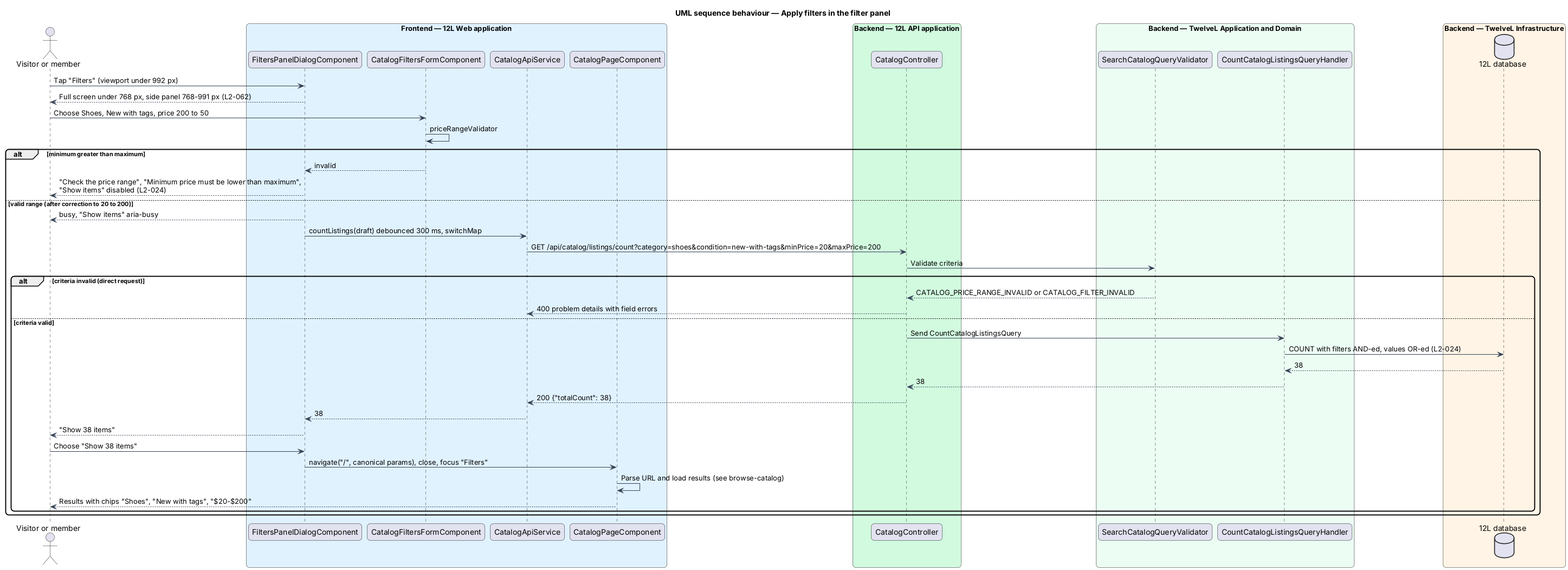
This is docs/detailed-designs/catalog/search-and-filter-catalog/diagrams/sequence-apply-filters.png from QuinntyneBrown/12l, a PlantUML export, as it was before one commit. The source it was exported from:
```plantuml
@startuml
title UML sequence behaviour — Apply filters in the filter panel
skinparam backgroundColor #FFFFFF
skinparam shadowing false
skinparam roundcorner 12
skinparam defaultFontName Arial
skinparam ArrowColor #344054
actor "Visitor or member" as actor
box "Frontend — 12L Web application" #E0F2FE
  participant "FiltersPanelDialogComponent" as panel
  participant "CatalogFiltersFormComponent" as form
  participant "CatalogApiService" as client
  participant "CatalogPageComponent" as page
end box
box "Backend — 12L API application" #D1FADF
  participant "CatalogController" as controller
end box
box "Backend — TwelveL Application and Domain" #ECFDF3
  participant "SearchCatalogQueryValidator" as val
  participant "CountCatalogListingsQueryHandler" as count
end box
box "Backend — TwelveL Infrastructure" #FFF4E5
  database "12L database" as db
end box
actor -> panel : Tap "Filters" (viewport under 992 px)
panel --> actor : Full screen under 768 px, side panel 768-991 px (L2-062)
actor -> form : Choose Shoes, New with tags, price 200 to 50
form -> form : priceRangeValidator
alt minimum greater than maximum
  form --> panel : invalid
  panel --> actor : "Check the price range", "Minimum price must be lower than maximum",\n"Show items" disabled (L2-024)
else valid range (after correction to 20 to 200)
  panel --> actor : busy, "Show items" aria-busy
  panel -> client : countListings(draft) debounced 300 ms, switchMap
  client -> controller : GET /api/catalog/listings/count?category=shoes&condition=new-with-tags&minPrice=20&maxPrice=200
  controller -> val : Validate criteria
  alt criteria invalid (direct request)
    val --> controller : CATALOG_PRICE_RANGE_INVALID or CATALOG_FILTER_INVALID
    controller --> client : 400 problem details with field errors
  else criteria valid
    controller -> count : Send CountCatalogListingsQuery
    count -> db : COUNT with filters AND-ed, values OR-ed (L2-024)
    db --> count : 38
    count --> controller : 38
    controller --> client : 200 {"totalCount": 38}
    client --> panel : 38
    panel --> actor : "Show 38 items"
    actor -> panel : Choose "Show 38 items"
    panel -> page : navigate("/", canonical params), close, focus "Filters"
    page -> page : Parse URL and load results (see browse-catalog)
    page --> actor : Results with chips "Shoes", "New with tags", "$20-$200"
  end
end
@enduml
```
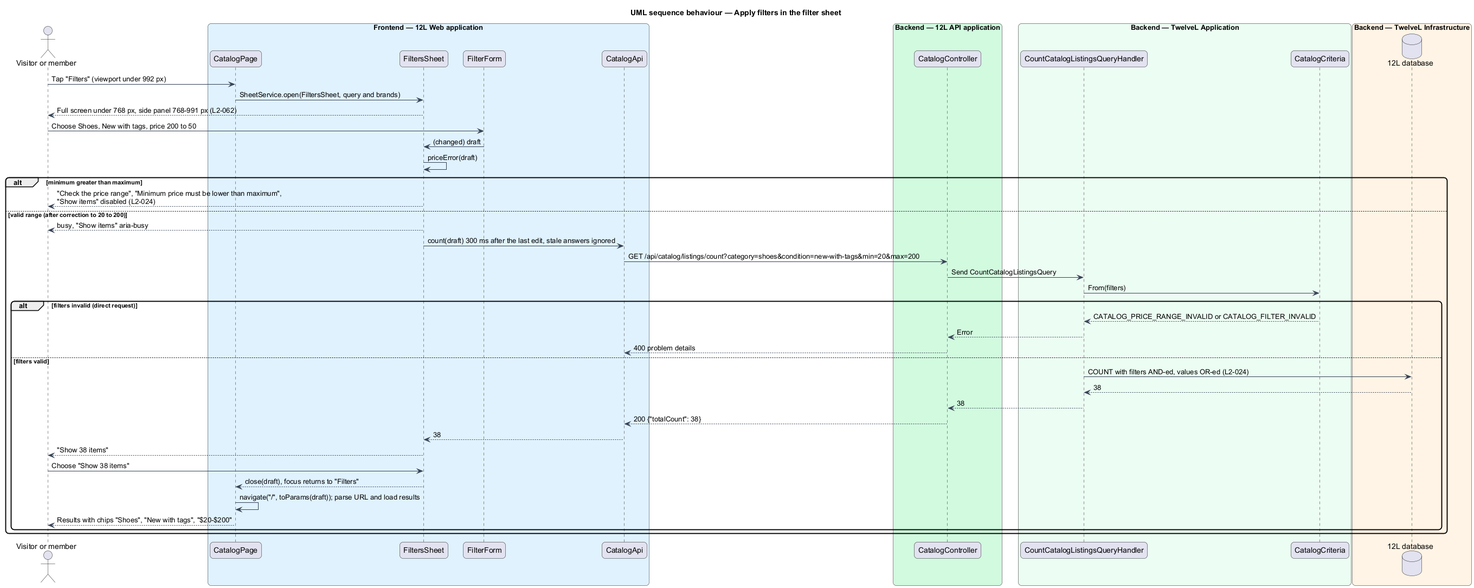
After the commit.

The edit, as a diff of the source:
```diff
@@ -1,5 +1,5 @@
 @startuml
-title UML sequence behaviour — Apply filters in the filter panel
+title UML sequence behaviour — Apply filters in the filter sheet
 skinparam backgroundColor #FFFFFF
 skinparam shadowing false
 skinparam roundcorner 12
@@ -7,38 +7,40 @@
 skinparam ArrowColor #344054
 actor "Visitor or member" as actor
 box "Frontend — 12L Web application" #E0F2FE
-  participant "FiltersPanelDialogComponent" as panel
-  participant "CatalogFiltersFormComponent" as form
-  participant "CatalogApiService" as client
-  participant "CatalogPageComponent" as page
+  participant "CatalogPage" as page
+  participant "FiltersSheet" as panel
+  participant "FilterForm" as form
+  participant "CatalogApi" as client
 end box
 box "Backend — 12L API application" #D1FADF
   participant "CatalogController" as controller
 end box
-box "Backend — TwelveL Application and Domain" #ECFDF3
-  participant "SearchCatalogQueryValidator" as val
+box "Backend — TwelveL Application" #ECFDF3
   participant "CountCatalogListingsQueryHandler" as count
+  participant "CatalogCriteria" as criteria
 end box
 box "Backend — TwelveL Infrastructure" #FFF4E5
   database "12L database" as db
 end box
-actor -> panel : Tap "Filters" (viewport under 992 px)
+actor -> page : Tap "Filters" (viewport under 992 px)
+page -> panel : SheetService.open(FiltersSheet, query and brands)
 panel --> actor : Full screen under 768 px, side panel 768-991 px (L2-062)
 actor -> form : Choose Shoes, New with tags, price 200 to 50
-form -> form : priceRangeValidator
+form -> panel : (changed) draft
+panel -> panel : priceError(draft)
 alt minimum greater than maximum
-  form --> panel : invalid
   panel --> actor : "Check the price range", "Minimum price must be lower than maximum",\n"Show items" disabled (L2-024)
 else valid range (after correction to 20 to 200)
   panel --> actor : busy, "Show items" aria-busy
-  panel -> client : countListings(draft) debounced 300 ms, switchMap
-  client -> controller : GET /api/catalog/listings/count?category=shoes&condition=new-with-tags&minPrice=20&maxPrice=200
-  controller -> val : Validate criteria
-  alt criteria invalid (direct request)
-    val --> controller : CATALOG_PRICE_RANGE_INVALID or CATALOG_FILTER_INVALID
-    controller --> client : 400 problem details with field errors
-  else criteria valid
-    controller -> count : Send CountCatalogListingsQuery
+  panel -> client : count(draft) 300 ms after the last edit, stale answers ignored
+  client -> controller : GET /api/catalog/listings/count?category=shoes&condition=new-with-tags&min=20&max=200
+  controller -> count : Send CountCatalogListingsQuery
+  count -> criteria : From(filters)
+  alt filters invalid (direct request)
+    criteria --> count : CATALOG_PRICE_RANGE_INVALID or CATALOG_FILTER_INVALID
+    count --> controller : Error
+    controller --> client : 400 problem details
+  else filters valid
     count -> db : COUNT with filters AND-ed, values OR-ed (L2-024)
     db --> count : 38
     count --> controller : 38
@@ -46,8 +48,8 @@
     client --> panel : 38
     panel --> actor : "Show 38 items"
     actor -> panel : Choose "Show 38 items"
-    panel -> page : navigate("/", canonical params), close, focus "Filters"
-    page -> page : Parse URL and load results (see browse-catalog)
+    panel --> page : close(draft), focus returns to "Filters"
+    page -> page : navigate("/", toParams(draft)); parse URL and load results
     page --> actor : Results with chips "Shoes", "New with tags", "$20-$200"
   end
 end
```
